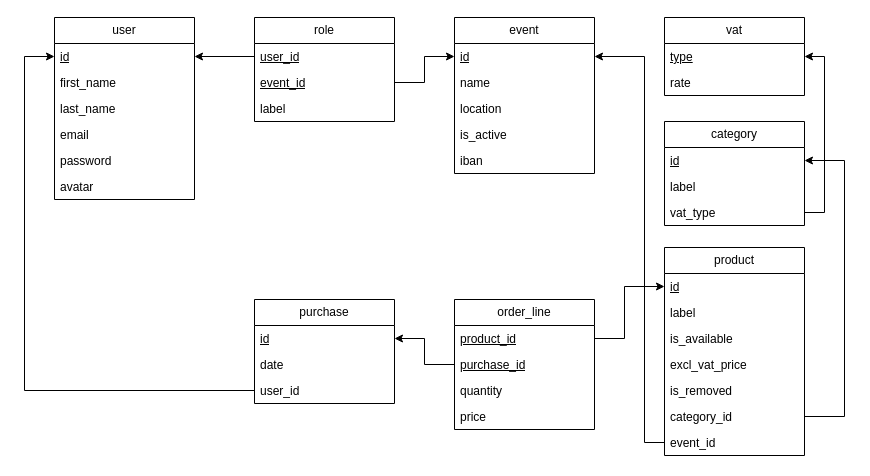
Before: database/docs/relational_schema.drawio in maxoux53/smartkiosk, a draw.io diagram. Source tidied: cells renumbered, new cells numbered last; positions are measured from the earlier drawing's top-left corner, leaving out a move shared by most shapes. Both pictures are drawn from the tidied source at 100%, with x=0, y=0 at pixel (24, 17).
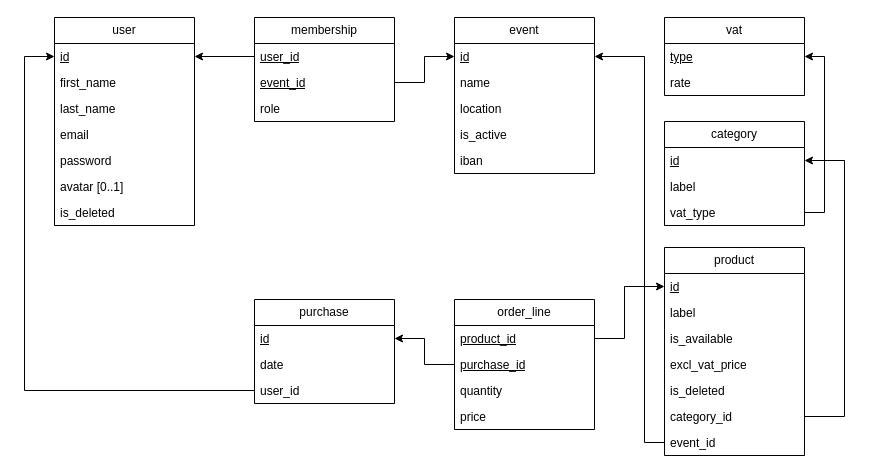
The same page after the edit.

Commit message (it also covers changes not shown here):
docs: support account deletion via id_deleted + fix

The change refers to these unchanged cells:
```xml
<mxCell id="19" value="product" style="swimlane;fontStyle=0;horizontal=1;startSize=26;fillColor=none;whiteSpace=wrap;html=1;" parent="1" vertex="1">
  <mxGeometry x="640" y="230" width="140" height="208" as="geometry" />
</mxCell>
```

Change to the diagram source:
```diff
@@
     <mxCell id="2" value="user" style="swimlane;fontStyle=0;horizontal=1;startSize=26;fillColor=none;whiteSpace=wrap;html=1;" parent="1" vertex="1">
-      <mxGeometry x="30" width="140" height="182" as="geometry" />
+      <mxGeometry x="30" width="140" height="208" as="geometry" />
     </mxCell>
@@
-    <mxCell id="8" value="avatar" style="text;strokeColor=none;fillColor=none;align=left;verticalAlign=top;spacingLeft=4;spacingRight=4;overflow=hidden;whiteSpace=wrap;html=1;" parent="2" vertex="1">
+    <mxCell id="8" value="avatar [0..1]" style="text;strokeColor=none;fillColor=none;align=left;verticalAlign=top;spacingLeft=4;spacingRight=4;overflow=hidden;whiteSpace=wrap;html=1;" parent="2" vertex="1">
       <mxGeometry y="156" width="140" height="26" as="geometry" />
     </mxCell>
+    <mxCell id="51" value="is_deleted" style="text;strokeColor=none;fillColor=none;align=left;verticalAlign=top;spacingLeft=4;spacingRight=4;overflow=hidden;whiteSpace=wrap;html=1;" parent="2" vertex="1">
+      <mxGeometry y="182" width="140" height="26" as="geometry" />
+    </mxCell>
@@
-    <mxCell id="24" value="is_removed" style="text;strokeColor=none;fillColor=none;align=left;verticalAlign=top;spacingLeft=4;spacingRight=4;overflow=hidden;whiteSpace=wrap;html=1;" parent="19" vertex="1">
+    <mxCell id="24" value="is_deleted" style="text;strokeColor=none;fillColor=none;align=left;verticalAlign=top;spacingLeft=4;spacingRight=4;overflow=hidden;whiteSpace=wrap;html=1;" parent="19" vertex="1">
       <mxGeometry y="130" width="140" height="26" as="geometry" />
     </mxCell>
@@
-    <mxCell id="36" value="role" style="swimlane;fontStyle=0;horizontal=1;startSize=26;fillColor=none;whiteSpace=wrap;html=1;" parent="1" vertex="1">
+    <mxCell id="36" value="membership" style="swimlane;fontStyle=0;horizontal=1;startSize=26;fillColor=none;whiteSpace=wrap;html=1;" parent="1" vertex="1">
       <mxGeometry x="230" width="140" height="104" as="geometry" />
     </mxCell>
@@
-    <mxCell id="39" value="label" style="text;strokeColor=none;fillColor=none;align=left;verticalAlign=top;spacingLeft=4;spacingRight=4;overflow=hidden;whiteSpace=wrap;html=1;fontStyle=0;" parent="36" vertex="1">
+    <mxCell id="39" value="role" style="text;strokeColor=none;fillColor=none;align=left;verticalAlign=top;spacingLeft=4;spacingRight=4;overflow=hidden;whiteSpace=wrap;html=1;fontStyle=0;" parent="36" vertex="1">
       <mxGeometry y="78" width="140" height="26" as="geometry" />
     </mxCell>
```
